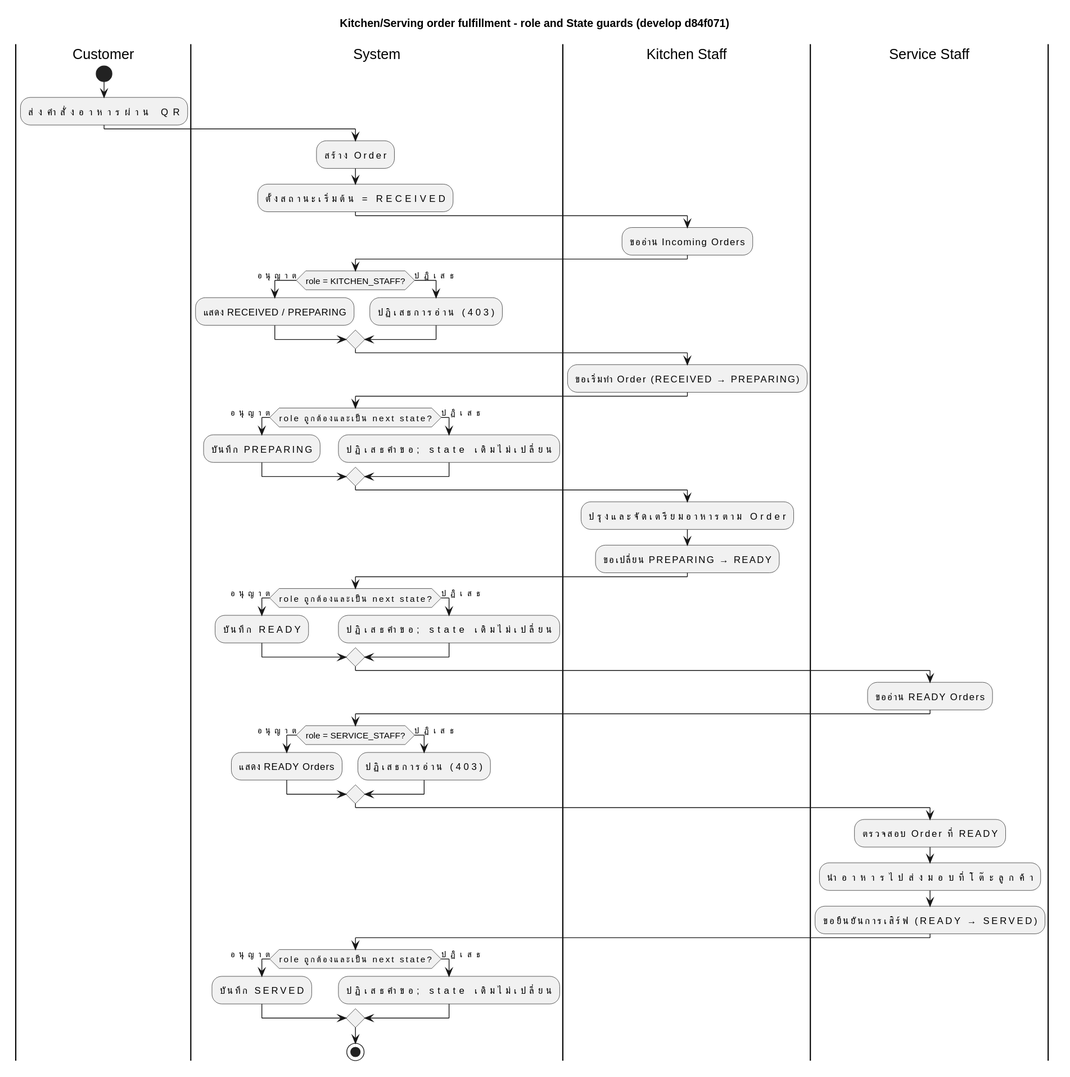
Before: doc/diagrams/previews/activity-kitchen.svg, a diagram exported from PlantUML (PavaritPramual/buffet-restaurant-management-system).
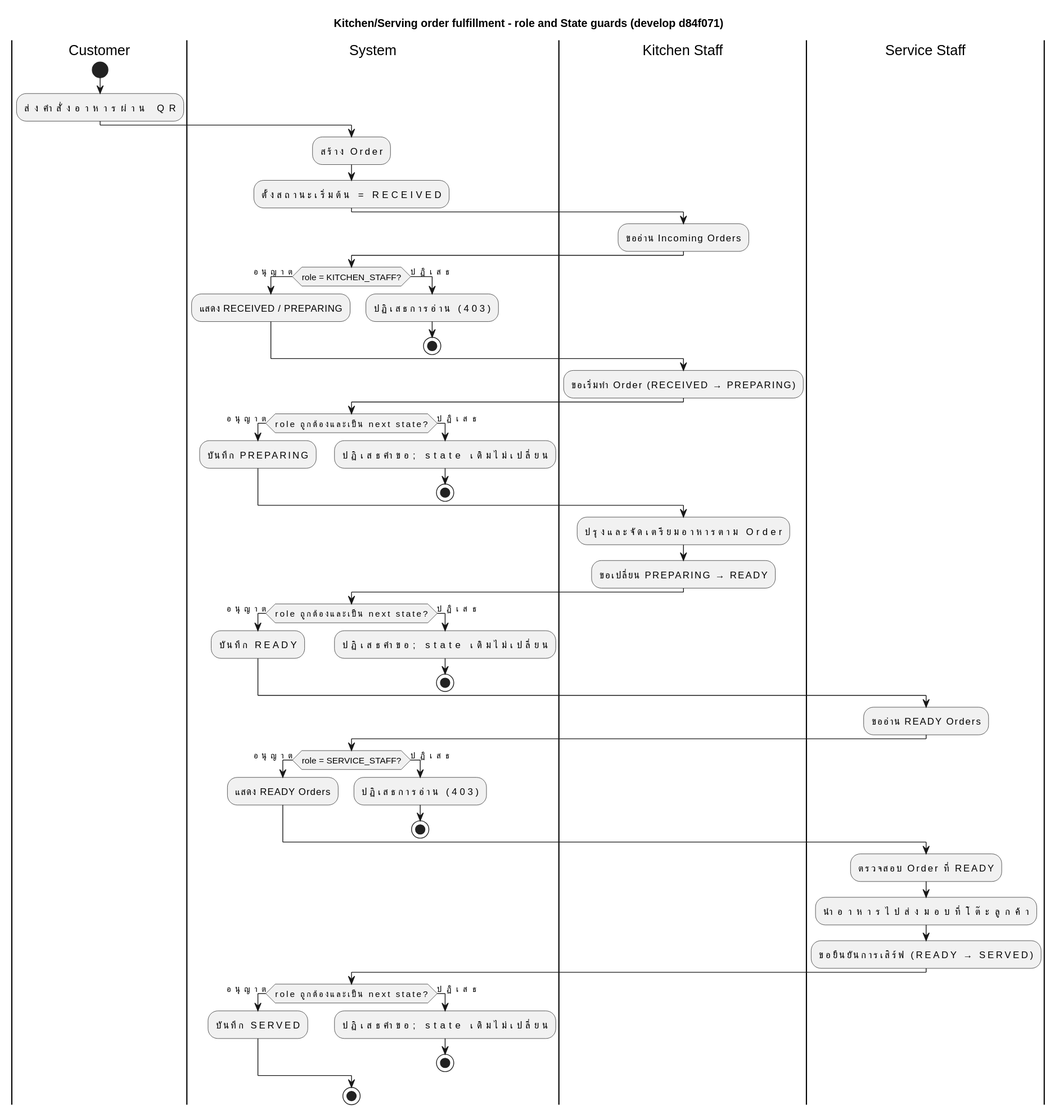
Above is the later version.

Commit message:
docs: terminate denied fulfillment activity paths

Diff of the diagram source:
```diff
@@ -17,6 +17,7 @@
     :แสดง RECEIVED / PREPARING;
 else (ปฏิเสธ)
     :ปฏิเสธการอ่าน (403);
+    stop
 endif
 
 |Kitchen Staff|
@@ -27,6 +28,7 @@
     :บันทึก PREPARING;
 else (ปฏิเสธ)
     :ปฏิเสธคำขอ; state เดิมไม่เปลี่ยน;
+    stop
 endif
 
 |Kitchen Staff|
@@ -40,6 +42,7 @@
     :บันทึก READY;
 else (ปฏิเสธ)
     :ปฏิเสธคำขอ; state เดิมไม่เปลี่ยน;
+    stop
 endif
 
 |Service Staff|
@@ -50,6 +53,7 @@
     :แสดง READY Orders;
 else (ปฏิเสธ)
     :ปฏิเสธการอ่าน (403);
+    stop
 endif
 
 |Service Staff|
@@ -62,6 +66,7 @@
     :บันทึก SERVED;
 else (ปฏิเสธ)
     :ปฏิเสธคำขอ; state เดิมไม่เปลี่ยน;
+    stop
 endif
 
 stop
```
